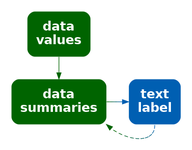
Above: Diagrams/data-stat-label.png in pmur002/hdvw (Graphviz), before the change. Its source is kept beside it as Diagrams/data-stat-label.dot.
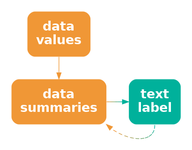
After the change.

What changed in the source:
```diff
@@ -1,12 +1,12 @@
 digraph {
   graph [ rankdir=LR; margin=.2; nodesep=.5 ];
   node [ fontsize=20; fontname="sans bold"; margin=.2 ];
-  data [ label="data\nvalues"; shape=box; style="filled, rounded"; penwidth=0; fontcolor=white; fillcolor="#006400" ]
-  stat [ label="data\nsummaries"; shape=box; style="filled, rounded"; penwidth=0; fontcolor=white; fillcolor="#006400" ]
+  data [ label="data\nvalues"; shape=box; style="filled, rounded"; penwidth=0; fontcolor=white; fillcolor="#F09736" ]
+  stat [ label="data\nsummaries"; shape=box; style="filled, rounded"; penwidth=0; fontcolor=white; fillcolor="#F09736" ]
   label [ label="text\nlabel"; shape=box;
-       style="filled, rounded"; penwidth=0; fontcolor=white; fillcolor="#005FB2" ]
-  data -> stat [ color="#006400" ]
-  stat -> label [ color="#006400;0.1:#006314;0.1:#006328;0.1:#00623B;0.1:#00624F;0.1:#006163;0.1:#006177;0.1:#00608A;0.1:#00609E;0.1:#005FB2;0.1" ]
-  label:s -> stat:se [ style="dashed", color="#005FB2;0.1:#00609E;0.1:#00608A;0.1:#006177;0.1:#006163;0.1:#00624F;0.1:#00623B;0.1:#006328;0.1:#006314;0.1:#006400;0.1" ]
+       style="filled, rounded"; penwidth=0; fontcolor=white; fillcolor="#00B19B" ]
+  data -> stat [ color="#F09736" ]
+  stat -> label [ color="#F09736;0.1:#D59A41;0.1:#BB9D4C;0.1:#A0A058;0.1:#85A363;0.1:#6BA56E;0.1:#50A879;0.1:#35AB85;0.1:#1BAE90;0.1:#00B19B;0.1" ]
+  label:s -> stat:se [ style="dashed", color="#00B19B;0.1:#1BAE90;0.1:#35AB85;0.1:#50A879;0.1:#6BA56E;0.1:#85A363;0.1:#A0A058;0.1:#BB9D4C;0.1:#D59A41;0.1:#F09736;0.1" ]
 { rank=same; data, stat }
 }
```
